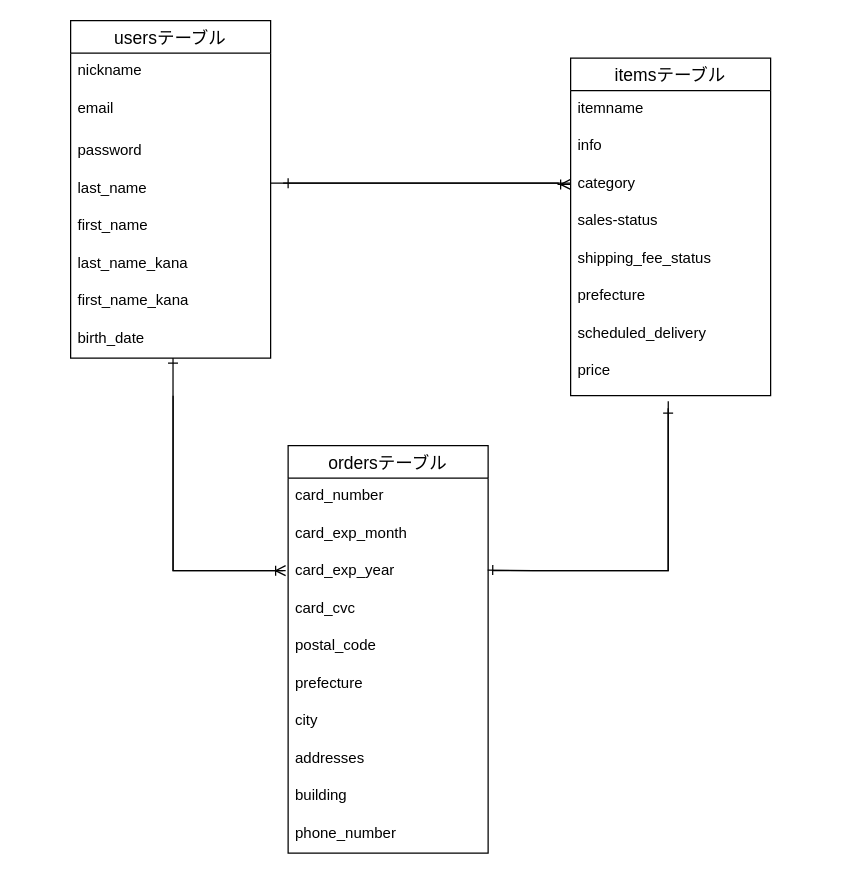
The draw.io diagram furima.dio in kosuke-morikawa/furima-35085, before the edit. Source tidied: cells renumbered, new cells numbered last; positions are measured from the earlier drawing's top-left corner, leaving out a move shared by most shapes. Both pictures are drawn from the tidied source at 125%, with x=0, y=0 at pixel (20, 20).
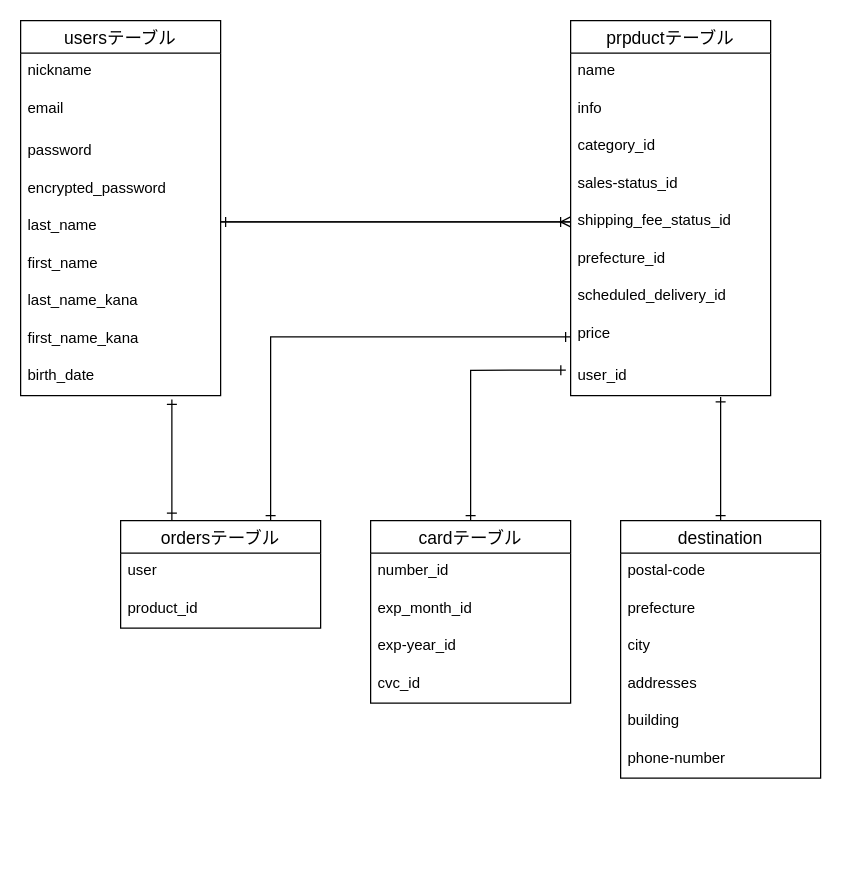
Above is the later version.

Unchanged cells that the change refers to:
```xml
<mxCell id="11" value="price" style="text;strokeColor=none;fillColor=none;spacingLeft=4;spacingRight=4;overflow=hidden;points=[[0,0.5],[1,0.5]];portConstraint=eastwest;fontSize=12;" parent="3" vertex="1">
  <mxGeometry y="236" width="160" height="34" as="geometry" />
</mxCell>
```

What changed in the source:
```diff
@@
-    <mxCell id="2" style="edgeStyle=orthogonalEdgeStyle;rounded=0;sketch=0;jumpSize=7;orthogonalLoop=1;jettySize=auto;html=1;startSize=6;endArrow=ERone;endFill=0;strokeWidth=1;" parent="1" edge="1">
-      <mxGeometry relative="1" as="geometry">
-        <mxPoint x="378" y="440" as="sourcePoint" />
-        <mxPoint x="518" y="310" as="targetPoint" />
-        <Array as="points">
-          <mxPoint x="518" y="440" />
-          <mxPoint x="518" y="390" />
-        </Array>
-      </mxGeometry>
-    </mxCell>
-    <mxCell id="3" value="itemsテーブル" style="swimlane;fontStyle=0;horizontal=1;startSize=26;align=center;fontSize=14;" parent="1" vertex="1">
-      <mxGeometry x="440" y="30" width="160" height="270" as="geometry" />
+    <mxCell id="3" value="prpductテーブル" style="swimlane;fontStyle=0;horizontal=1;startSize=26;align=center;fontSize=14;" parent="1" vertex="1">
+      <mxGeometry x="440" width="160" height="300" as="geometry" />
     </mxCell>
-    <mxCell id="4" value="itemname" style="text;strokeColor=none;fillColor=none;spacingLeft=4;spacingRight=4;overflow=hidden;fontSize=12;" parent="3" vertex="1">
+    <mxCell id="4" value="name" style="text;strokeColor=none;fillColor=none;spacingLeft=4;spacingRight=4;overflow=hidden;fontSize=12;" parent="3" vertex="1">
       <mxGeometry y="26" width="160" height="30" as="geometry" />
     </mxCell>
@@
-    <mxCell id="6" value="category" style="text;strokeColor=none;fillColor=none;spacingLeft=4;spacingRight=4;overflow=hidden;fontSize=12;" parent="3" vertex="1">
+    <mxCell id="6" value="category_id" style="text;strokeColor=none;fillColor=none;spacingLeft=4;spacingRight=4;overflow=hidden;fontSize=12;" parent="3" vertex="1">
       <mxGeometry y="86" width="160" height="30" as="geometry" />
     </mxCell>
-    <mxCell id="7" value="sales-status" style="text;strokeColor=none;fillColor=none;spacingLeft=4;spacingRight=4;overflow=hidden;fontSize=12;" parent="3" vertex="1">
+    <mxCell id="7" value="sales-status_id" style="text;strokeColor=none;fillColor=none;spacingLeft=4;spacingRight=4;overflow=hidden;fontSize=12;" parent="3" vertex="1">
       <mxGeometry y="116" width="160" height="30" as="geometry" />
     </mxCell>
-    <mxCell id="8" value="shipping_fee_status" style="text;strokeColor=none;fillColor=none;spacingLeft=4;spacingRight=4;overflow=hidden;points=[[0,0.5],[1,0.5]];portConstraint=eastwest;fontSize=12;" parent="3" vertex="1">
+    <mxCell id="8" value="shipping_fee_status_id" style="text;strokeColor=none;fillColor=none;spacingLeft=4;spacingRight=4;overflow=hidden;points=[[0,0.5],[1,0.5]];portConstraint=eastwest;fontSize=12;" parent="3" vertex="1">
       <mxGeometry y="146" width="160" height="30" as="geometry" />
     </mxCell>
-    <mxCell id="9" value="prefecture" style="text;strokeColor=none;fillColor=none;spacingLeft=4;spacingRight=4;overflow=hidden;fontSize=12;" parent="3" vertex="1">
+    <mxCell id="9" value="prefecture_id" style="text;strokeColor=none;fillColor=none;spacingLeft=4;spacingRight=4;overflow=hidden;fontSize=12;" parent="3" vertex="1">
       <mxGeometry y="176" width="160" height="30" as="geometry" />
     </mxCell>
-    <mxCell id="10" value="scheduled_delivery" style="text;strokeColor=none;fillColor=none;spacingLeft=4;spacingRight=4;overflow=hidden;fontSize=12;" parent="3" vertex="1">
+    <mxCell id="10" value="scheduled_delivery_id" style="text;strokeColor=none;fillColor=none;spacingLeft=4;spacingRight=4;overflow=hidden;fontSize=12;" parent="3" vertex="1">
       <mxGeometry y="206" width="160" height="30" as="geometry" />
     </mxCell>
@@
-    <mxCell id="12" style="edgeStyle=orthogonalEdgeStyle;rounded=0;sketch=0;jumpSize=7;jettySize=auto;html=1;startSize=6;endArrow=ERone;endFill=0;strokeWidth=1;entryX=0.512;entryY=1;entryDx=0;entryDy=0;entryPerimeter=0;" parent="1" edge="1" target="34">
-      <mxGeometry relative="1" as="geometry">
-        <mxPoint x="210" y="440" as="sourcePoint" />
-        <Array as="points">
-          <mxPoint x="122" y="440" />
-        </Array>
-      </mxGeometry>
-    </mxCell>
-    <mxCell id="13" value="ordersテーブル" style="swimlane;fontStyle=0;horizontal=1;startSize=26;align=center;fontSize=14;" parent="1" vertex="1">
-      <mxGeometry x="214" y="340" width="160" height="326" as="geometry" />
-    </mxCell>
-    <mxCell id="14" value="card_number" style="text;strokeColor=none;fillColor=none;spacingLeft=4;spacingRight=4;overflow=hidden;fontSize=12;" parent="13" vertex="1">
-      <mxGeometry y="26" width="160" height="30" as="geometry" />
-    </mxCell>
-    <mxCell id="15" value="card_exp_month" style="text;strokeColor=none;fillColor=none;spacingLeft=4;spacingRight=4;overflow=hidden;fontSize=12;" parent="13" vertex="1">
-      <mxGeometry y="56" width="160" height="30" as="geometry" />
-    </mxCell>
-    <mxCell id="16" value="card_exp_year" style="text;strokeColor=none;fillColor=none;spacingLeft=4;spacingRight=4;overflow=hidden;points=[[0,0.5],[1,0.5]];portConstraint=eastwest;fontSize=12;" parent="13" vertex="1">
-      <mxGeometry y="86" width="160" height="30" as="geometry" />
-    </mxCell>
-    <mxCell id="17" value="card_cvc" style="text;strokeColor=none;fillColor=none;spacingLeft=4;spacingRight=4;overflow=hidden;fontSize=12;" parent="13" vertex="1">
-      <mxGeometry y="116" width="160" height="30" as="geometry" />
-    </mxCell>
-    <mxCell id="18" value="postal_code" style="text;strokeColor=none;fillColor=none;spacingLeft=4;spacingRight=4;overflow=hidden;fontSize=12;" parent="13" vertex="1">
-      <mxGeometry y="146" width="160" height="30" as="geometry" />
-    </mxCell>
-    <mxCell id="19" value="prefecture" style="text;strokeColor=none;fillColor=none;spacingLeft=4;spacingRight=4;overflow=hidden;fontSize=12;" parent="13" vertex="1">
-      <mxGeometry y="176" width="160" height="30" as="geometry" />
-    </mxCell>
-    <mxCell id="20" value="city" style="text;strokeColor=none;fillColor=none;spacingLeft=4;spacingRight=4;overflow=hidden;fontSize=12;" parent="13" vertex="1">
-      <mxGeometry y="206" width="160" height="30" as="geometry" />
-    </mxCell>
-    <mxCell id="21" value="addresses" style="text;strokeColor=none;fillColor=none;spacingLeft=4;spacingRight=4;overflow=hidden;fontSize=12;" parent="13" vertex="1">
-      <mxGeometry y="236" width="160" height="30" as="geometry" />
-    </mxCell>
-    <mxCell id="22" value="building" style="text;strokeColor=none;fillColor=none;spacingLeft=4;spacingRight=4;overflow=hidden;fontSize=12;" parent="13" vertex="1">
-      <mxGeometry y="266" width="160" height="30" as="geometry" />
-    </mxCell>
-    <mxCell id="23" value="phone_number" style="text;strokeColor=none;fillColor=none;spacingLeft=4;spacingRight=4;overflow=hidden;fontSize=12;" parent="13" vertex="1">
-      <mxGeometry y="296" width="160" height="30" as="geometry" />
-    </mxCell>
-    <mxCell id="24" style="edgeStyle=orthogonalEdgeStyle;rounded=0;sketch=0;jumpSize=7;orthogonalLoop=1;jettySize=auto;html=1;startSize=6;endArrow=ERoneToMany;endFill=0;strokeWidth=1;" parent="1" edge="1">
-      <mxGeometry relative="1" as="geometry">
-        <mxPoint x="122" y="300" as="sourcePoint" />
-        <mxPoint x="212" y="440" as="targetPoint" />
-        <Array as="points">
-          <mxPoint x="122" y="440" />
-        </Array>
-      </mxGeometry>
-    </mxCell>
+    <mxCell id="39" value="user_id" style="text;strokeColor=none;fillColor=none;spacingLeft=4;spacingRight=4;overflow=hidden;points=[[0,0.5],[1,0.5]];portConstraint=eastwest;fontSize=12;" parent="3" vertex="1">
+      <mxGeometry y="270" width="160" height="30" as="geometry" />
+    </mxCell>
     <mxCell id="25" value="usersテーブル" style="swimlane;fontStyle=0;horizontal=1;startSize=26;align=center;fontSize=14;" parent="1" vertex="1">
-      <mxGeometry x="40" width="160" height="270" as="geometry" />
+      <mxGeometry width="160" height="300" as="geometry" />
     </mxCell>
@@
+    <mxCell id="40" value="encrypted_password&#10;&#10;" style="text;strokeColor=none;fillColor=none;spacingLeft=4;spacingRight=4;overflow=hidden;fontSize=12;" parent="25" vertex="1">
+      <mxGeometry y="120" width="160" height="30" as="geometry" />
+    </mxCell>
     <mxCell id="30" value="last_name" style="text;strokeColor=none;fillColor=none;spacingLeft=4;spacingRight=4;overflow=hidden;fontSize=12;" parent="25" vertex="1">
-      <mxGeometry y="120" width="160" height="30" as="geometry" />
+      <mxGeometry y="150" width="160" height="30" as="geometry" />
     </mxCell>
     <mxCell id="31" value="first_name" style="text;strokeColor=none;fillColor=none;spacingLeft=4;spacingRight=4;overflow=hidden;fontSize=12;" parent="25" vertex="1">
-      <mxGeometry y="150" width="160" height="30" as="geometry" />
+      <mxGeometry y="180" width="160" height="30" as="geometry" />
     </mxCell>
     <mxCell id="32" value="last_name_kana" style="text;strokeColor=none;fillColor=none;spacingLeft=4;spacingRight=4;overflow=hidden;fontSize=12;" parent="25" vertex="1">
-      <mxGeometry y="180" width="160" height="30" as="geometry" />
+      <mxGeometry y="210" width="160" height="30" as="geometry" />
     </mxCell>
     <mxCell id="33" value="first_name_kana" style="text;strokeColor=none;fillColor=none;spacingLeft=4;spacingRight=4;overflow=hidden;fontSize=12;" parent="25" vertex="1">
-      <mxGeometry y="210" width="160" height="30" as="geometry" />
+      <mxGeometry y="240" width="160" height="30" as="geometry" />
     </mxCell>
     <mxCell id="34" value="birth_date" style="text;strokeColor=none;fillColor=none;spacingLeft=4;spacingRight=4;overflow=hidden;points=[[0,0.5],[1,0.5]];portConstraint=eastwest;fontSize=12;" parent="25" vertex="1">
-      <mxGeometry y="240" width="160" height="30" as="geometry" />
+      <mxGeometry y="270" width="160" height="30" as="geometry" />
     </mxCell>
@@
-    <mxCell id="36" style="edgeStyle=orthogonalEdgeStyle;rounded=0;jumpSize=7;orthogonalLoop=1;jettySize=auto;html=1;startSize=6;endArrow=ERoneToMany;endFill=0;strokeWidth=1;sketch=0;" parent="1" edge="1">
-      <mxGeometry relative="1" as="geometry">
-        <mxPoint x="200" y="130" as="sourcePoint" />
-        <mxPoint x="440" y="131" as="targetPoint" />
-        <Array as="points">
-          <mxPoint x="430" y="130" />
-        </Array>
-      </mxGeometry>
-    </mxCell>
-    <mxCell id="37" style="edgeStyle=orthogonalEdgeStyle;rounded=0;orthogonalLoop=1;jettySize=auto;html=1;endArrow=ERone;endFill=0;" parent="1" edge="1">
-      <mxGeometry relative="1" as="geometry">
-        <mxPoint x="440" y="130" as="sourcePoint" />
-        <mxPoint x="210" y="130" as="targetPoint" />
-        <Array as="points">
-          <mxPoint x="270" y="130" />
-          <mxPoint x="270" y="130" />
-        </Array>
-      </mxGeometry>
-    </mxCell>
-    <mxCell id="38" style="edgeStyle=orthogonalEdgeStyle;rounded=0;sketch=0;jumpSize=7;jettySize=auto;html=1;startSize=6;endArrow=ERone;endFill=0;strokeWidth=1;exitX=0.488;exitY=1.1;exitDx=0;exitDy=0;exitPerimeter=0;entryX=0.998;entryY=0.451;entryDx=0;entryDy=0;entryPerimeter=0;" parent="1" edge="1" target="16">
-      <mxGeometry relative="1" as="geometry">
-        <mxPoint x="518.1" y="304.4" as="sourcePoint" />
-        <Array as="points">
-          <mxPoint x="518" y="440" />
-          <mxPoint x="410" y="440" />
-        </Array>
-      </mxGeometry>
-    </mxCell>
+    <mxCell id="41" style="edgeStyle=orthogonalEdgeStyle;rounded=0;sketch=0;jumpSize=7;orthogonalLoop=1;jettySize=auto;html=1;startArrow=ERone;startFill=0;startSize=6;endArrow=ERone;endFill=0;strokeWidth=1;" parent="1" edge="1">
+      <mxGeometry relative="1" as="geometry">
+        <mxPoint x="121" y="390" as="sourcePoint" />
+        <mxPoint x="121" y="303" as="targetPoint" />
+        <Array as="points">
+          <mxPoint x="121" y="400" />
+        </Array>
+      </mxGeometry>
+    </mxCell>
+    <mxCell id="13" value="ordersテーブル" style="swimlane;fontStyle=0;horizontal=1;startSize=26;align=center;fontSize=14;" parent="1" vertex="1">
+      <mxGeometry x="80" y="400" width="160" height="86" as="geometry" />
+    </mxCell>
+    <mxCell id="42" value="user" style="text;strokeColor=none;fillColor=none;spacingLeft=4;spacingRight=4;overflow=hidden;fontSize=12;" parent="13" vertex="1">
+      <mxGeometry y="26" width="160" height="30" as="geometry" />
+    </mxCell>
+    <mxCell id="43" value="product_id" style="text;strokeColor=none;fillColor=none;spacingLeft=4;spacingRight=4;overflow=hidden;fontSize=12;" parent="13" vertex="1">
+      <mxGeometry y="56" width="160" height="30" as="geometry" />
+    </mxCell>
+    <mxCell id="44" style="edgeStyle=orthogonalEdgeStyle;rounded=0;sketch=0;jumpSize=7;jettySize=auto;html=1;startSize=6;endArrow=ERone;endFill=0;strokeWidth=1;startArrow=ERone;startFill=0;" parent="1" edge="1" source="45">
+      <mxGeometry relative="1" as="geometry">
+        <mxPoint x="560" y="301" as="targetPoint" />
+        <Array as="points">
+          <mxPoint x="560" y="310" />
+          <mxPoint x="560" y="310" />
+        </Array>
+      </mxGeometry>
+    </mxCell>
+    <mxCell id="45" value="destination" style="swimlane;fontStyle=0;horizontal=1;startSize=26;align=center;fontSize=14;" parent="1" vertex="1">
+      <mxGeometry x="480" y="400" width="160" height="206" as="geometry" />
+    </mxCell>
+    <mxCell id="46" value="postal-code" style="text;strokeColor=none;fillColor=none;spacingLeft=4;spacingRight=4;overflow=hidden;fontSize=12;" parent="45" vertex="1">
+      <mxGeometry y="26" width="160" height="30" as="geometry" />
+    </mxCell>
+    <mxCell id="19" value="prefecture" style="text;strokeColor=none;fillColor=none;spacingLeft=4;spacingRight=4;overflow=hidden;fontSize=12;" parent="45" vertex="1">
+      <mxGeometry y="56" width="160" height="30" as="geometry" />
+    </mxCell>
+    <mxCell id="20" value="city" style="text;strokeColor=none;fillColor=none;spacingLeft=4;spacingRight=4;overflow=hidden;fontSize=12;" parent="45" vertex="1">
+      <mxGeometry y="86" width="160" height="30" as="geometry" />
+    </mxCell>
+    <mxCell id="21" value="addresses" style="text;strokeColor=none;fillColor=none;spacingLeft=4;spacingRight=4;overflow=hidden;fontSize=12;" parent="45" vertex="1">
+      <mxGeometry y="116" width="160" height="30" as="geometry" />
+    </mxCell>
+    <mxCell id="22" value="building" style="text;strokeColor=none;fillColor=none;spacingLeft=4;spacingRight=4;overflow=hidden;fontSize=12;" parent="45" vertex="1">
+      <mxGeometry y="146" width="160" height="30" as="geometry" />
+    </mxCell>
+    <mxCell id="47" value="phone-number" style="text;strokeColor=none;fillColor=none;spacingLeft=4;spacingRight=4;overflow=hidden;fontSize=12;" parent="45" vertex="1">
+      <mxGeometry y="176" width="160" height="30" as="geometry" />
+    </mxCell>
+    <mxCell id="48" style="edgeStyle=orthogonalEdgeStyle;rounded=0;sketch=0;jumpSize=7;jettySize=auto;html=1;startArrow=ERone;startFill=0;startSize=6;endArrow=ERone;endFill=0;strokeWidth=1;entryX=-0.024;entryY=0.322;entryDx=0;entryDy=0;entryPerimeter=0;" parent="1" edge="1" source="49" target="39">
+      <mxGeometry relative="1" as="geometry">
+        <Array as="points">
+          <mxPoint x="360" y="280" />
+        </Array>
+      </mxGeometry>
+    </mxCell>
+    <mxCell id="49" value="cardテーブル" style="swimlane;fontStyle=0;horizontal=1;startSize=26;align=center;fontSize=14;" parent="1" vertex="1">
+      <mxGeometry x="280" y="400" width="160" height="146" as="geometry" />
+    </mxCell>
+    <mxCell id="50" value="number_id" style="text;strokeColor=none;fillColor=none;spacingLeft=4;spacingRight=4;overflow=hidden;fontSize=12;" parent="49" vertex="1">
+      <mxGeometry y="26" width="160" height="30" as="geometry" />
+    </mxCell>
+    <mxCell id="51" value="exp_month_id" style="text;strokeColor=none;fillColor=none;spacingLeft=4;spacingRight=4;overflow=hidden;fontSize=12;" parent="49" vertex="1">
+      <mxGeometry y="56" width="160" height="30" as="geometry" />
+    </mxCell>
+    <mxCell id="52" value="exp-year_id" style="text;strokeColor=none;fillColor=none;spacingLeft=4;spacingRight=4;overflow=hidden;fontSize=12;" parent="49" vertex="1">
+      <mxGeometry y="86" width="160" height="30" as="geometry" />
+    </mxCell>
+    <mxCell id="53" value="cvc_id" style="text;strokeColor=none;fillColor=none;spacingLeft=4;spacingRight=4;overflow=hidden;fontSize=12;" parent="49" vertex="1">
+      <mxGeometry y="116" width="160" height="30" as="geometry" />
+    </mxCell>
+    <mxCell id="54" style="edgeStyle=orthogonalEdgeStyle;rounded=0;sketch=0;jumpSize=7;jettySize=auto;html=1;exitX=0;exitY=0.5;exitDx=0;exitDy=0;startSize=6;endArrow=ERone;endFill=0;strokeWidth=1;" parent="1" edge="1" source="8">
+      <mxGeometry relative="1" as="geometry">
+        <mxPoint x="160" y="161" as="targetPoint" />
+      </mxGeometry>
+    </mxCell>
+    <mxCell id="55" style="edgeStyle=orthogonalEdgeStyle;rounded=0;sketch=0;jumpSize=7;jettySize=auto;html=1;entryX=0;entryY=0.5;entryDx=0;entryDy=0;startSize=6;endArrow=ERoneToMany;endFill=0;strokeWidth=1;" parent="1" edge="1" target="8">
+      <mxGeometry relative="1" as="geometry">
+        <mxPoint x="160" y="161" as="sourcePoint" />
+        <Array as="points">
+          <mxPoint x="160" y="161" />
+          <mxPoint x="160" y="161" />
+        </Array>
+      </mxGeometry>
+    </mxCell>
+    <mxCell id="56" style="edgeStyle=orthogonalEdgeStyle;rounded=0;sketch=0;jumpSize=7;jettySize=auto;html=1;entryX=0.75;entryY=0;entryDx=0;entryDy=0;startArrow=ERone;startFill=0;startSize=6;endArrow=ERone;endFill=0;strokeWidth=1;" parent="1" edge="1" source="11" target="13">
+      <mxGeometry relative="1" as="geometry" />
+    </mxCell>
```
